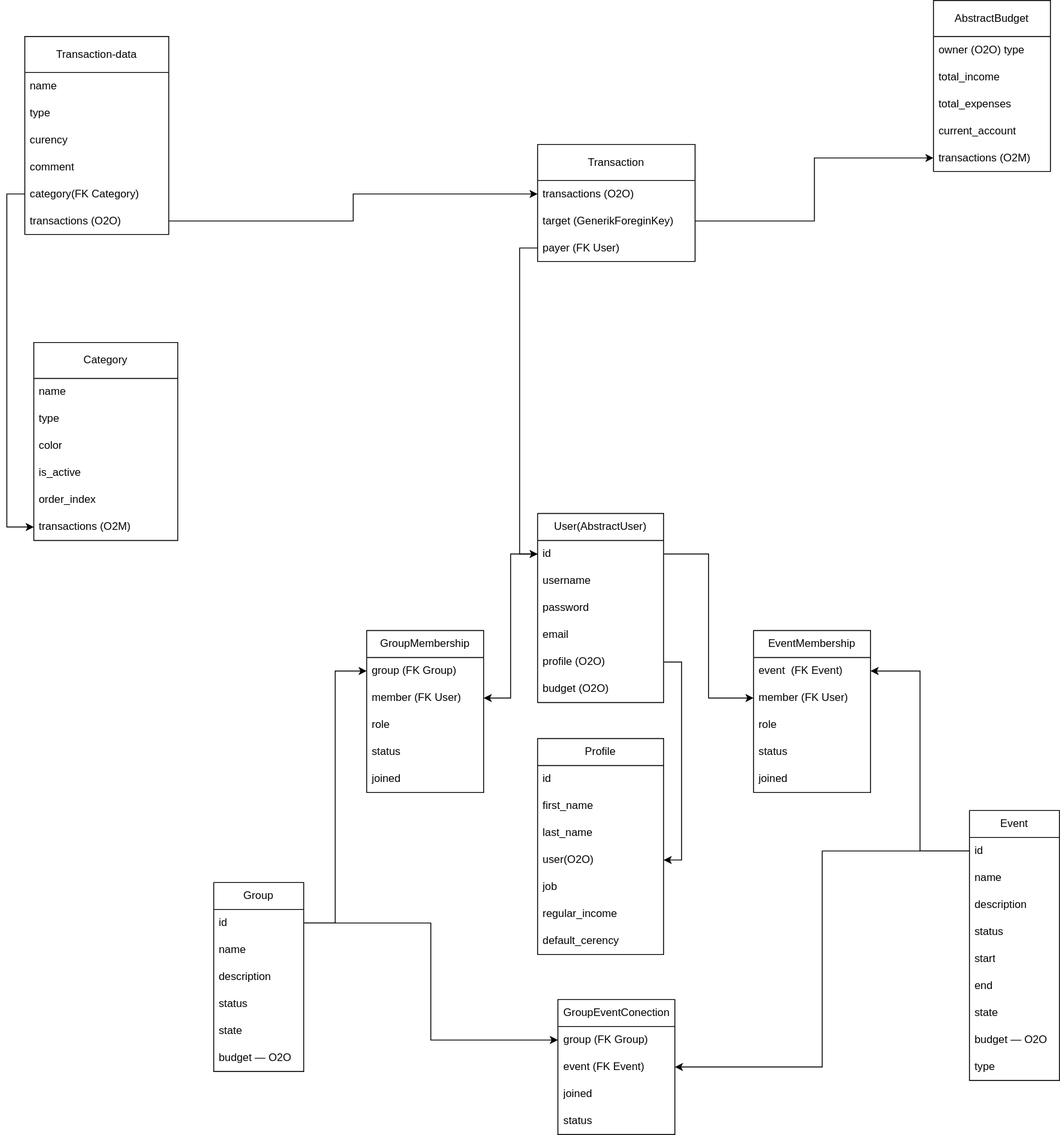
This is addition_info/core_structure.svg from Vorongor/financial_tracker, a draw.io export, as it was before one commit. Source tidied: cells renumbered, new cells last; positions are measured from the earlier drawing's top-left corner, leaving out a move shared by most shapes.
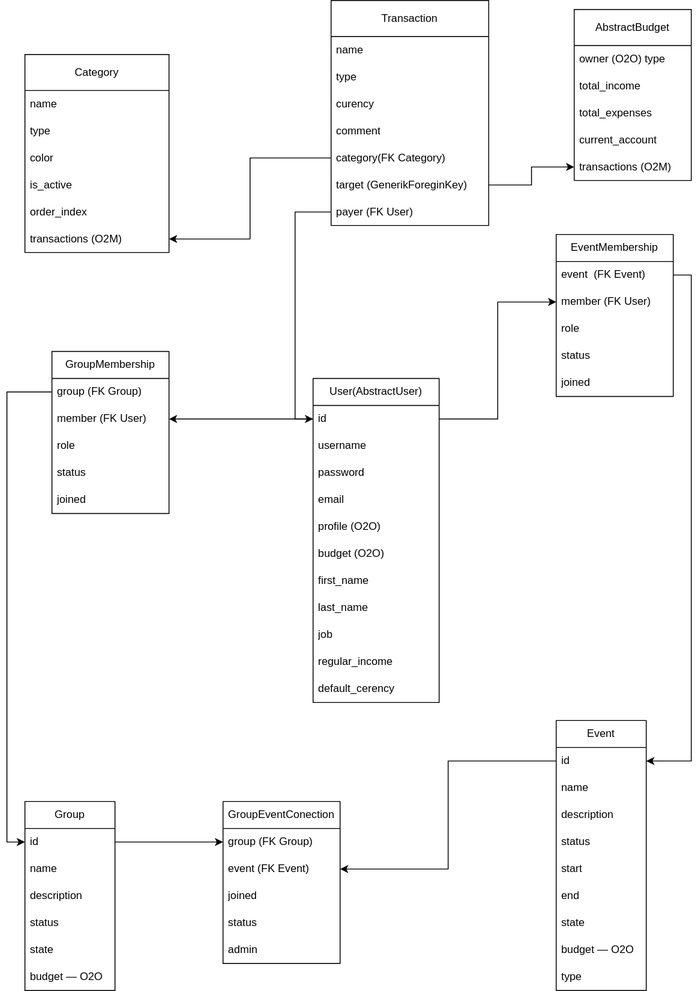
Above is the later version.

Change to the diagram source:
```diff
@@ -3,7 +3,7 @@
     <mxCell id="0" />
     <mxCell id="1" parent="0" />
     <mxCell id="2" value="User(AbstractUser)" style="swimlane;fontStyle=0;horizontal=1;startSize=30;whiteSpace=wrap;html=1;" parent="1" vertex="1">
-      <mxGeometry x="570" y="570" width="140" height="210" as="geometry" />
+      <mxGeometry x="540" y="750" width="140" height="360" as="geometry" />
     </mxCell>
     <mxCell id="3" value="id" style="text;strokeColor=none;fillColor=none;align=left;verticalAlign=middle;spacingLeft=4;spacingRight=4;overflow=hidden;points=[[0,0.5],[1,0.5]];portConstraint=eastwest;whiteSpace=wrap;html=1;" parent="2" vertex="1">
       <mxGeometry y="30" width="140" height="30" as="geometry" />
@@ -23,8 +23,23 @@
     <mxCell id="8" value="budget (O2O)" style="text;strokeColor=none;fillColor=none;align=left;verticalAlign=middle;spacingLeft=4;spacingRight=4;overflow=hidden;whiteSpace=wrap;html=1;" parent="2" vertex="1">
       <mxGeometry y="180" width="140" height="30" as="geometry" />
     </mxCell>
+    <mxCell id="44" value="first_name" style="text;strokeColor=none;fillColor=none;align=left;verticalAlign=middle;spacingLeft=4;spacingRight=4;overflow=hidden;whiteSpace=wrap;html=1;" parent="2" vertex="1">
+      <mxGeometry y="210" width="140" height="30" as="geometry" />
+    </mxCell>
+    <mxCell id="45" value="last_name" style="text;strokeColor=none;fillColor=none;align=left;verticalAlign=middle;spacingLeft=4;spacingRight=4;overflow=hidden;whiteSpace=wrap;html=1;" parent="2" vertex="1">
+      <mxGeometry y="240" width="140" height="30" as="geometry" />
+    </mxCell>
+    <mxCell id="47" value="job" style="text;strokeColor=none;fillColor=none;align=left;verticalAlign=middle;spacingLeft=4;spacingRight=4;overflow=hidden;whiteSpace=wrap;html=1;" parent="2" vertex="1">
+      <mxGeometry y="270" width="140" height="30" as="geometry" />
+    </mxCell>
+    <mxCell id="48" value="regular_income" style="text;strokeColor=none;fillColor=none;align=left;verticalAlign=middle;spacingLeft=4;spacingRight=4;overflow=hidden;whiteSpace=wrap;html=1;" parent="2" vertex="1">
+      <mxGeometry y="300" width="140" height="30" as="geometry" />
+    </mxCell>
+    <mxCell id="49" value="default_cerency" style="text;strokeColor=none;fillColor=none;align=left;verticalAlign=middle;spacingLeft=4;spacingRight=4;overflow=hidden;whiteSpace=wrap;html=1;" parent="2" vertex="1">
+      <mxGeometry y="330" width="140" height="30" as="geometry" />
+    </mxCell>
     <mxCell id="9" value="Group" style="swimlane;fontStyle=0;horizontal=1;startSize=30;whiteSpace=wrap;html=1;" parent="1" vertex="1">
-      <mxGeometry x="210" y="980" width="100" height="210" as="geometry" />
+      <mxGeometry x="220" y="1220" width="100" height="210" as="geometry" />
     </mxCell>
     <mxCell id="10" value="id" style="text;strokeColor=none;fillColor=none;align=left;verticalAlign=middle;spacingLeft=4;spacingRight=4;overflow=hidden;points=[[0,0.5],[1,0.5]];portConstraint=eastwest;whiteSpace=wrap;html=1;" parent="9" vertex="1">
       <mxGeometry y="30" width="100" height="30" as="geometry" />
@@ -45,7 +60,7 @@
       <mxGeometry y="180" width="100" height="30" as="geometry" />
     </mxCell>
     <mxCell id="16" value="GroupMembership" style="swimlane;fontStyle=0;horizontal=1;startSize=30;whiteSpace=wrap;html=1;" parent="1" vertex="1">
-      <mxGeometry x="380" y="700" width="130" height="180" as="geometry" />
+      <mxGeometry x="250" y="720" width="130" height="180" as="geometry" />
     </mxCell>
     <mxCell id="17" value="group (FK Group)" style="text;strokeColor=none;fillColor=none;align=left;verticalAlign=middle;spacingLeft=4;spacingRight=4;overflow=hidden;points=[[0,0.5],[1,0.5]];portConstraint=eastwest;whiteSpace=wrap;html=1;" parent="16" vertex="1">
       <mxGeometry y="30" width="130" height="30" as="geometry" />
@@ -62,11 +77,8 @@
     <mxCell id="21" value="joined" style="text;strokeColor=none;fillColor=none;align=left;verticalAlign=middle;spacingLeft=4;spacingRight=4;overflow=hidden;whiteSpace=wrap;html=1;" parent="16" vertex="1">
       <mxGeometry y="150" width="130" height="30" as="geometry" />
     </mxCell>
-    <mxCell id="22" style="edgeStyle=orthogonalEdgeStyle;rounded=0;jettySize=auto;html=1;exitX=1;exitY=0.5;exitDx=0;exitDy=0;entryX=0;entryY=0.5;entryDx=0;entryDy=0;" parent="1" edge="1" source="10" target="17">
-      <mxGeometry relative="1" as="geometry" />
-    </mxCell>
     <mxCell id="23" value="EventMembership" style="swimlane;fontStyle=0;horizontal=1;startSize=30;whiteSpace=wrap;html=1;" parent="1" vertex="1">
-      <mxGeometry x="810" y="700" width="130" height="180" as="geometry" />
+      <mxGeometry x="810" y="590" width="130" height="180" as="geometry" />
     </mxCell>
     <mxCell id="24" value="event&amp;nbsp; (FK Event)" style="text;strokeColor=none;fillColor=none;align=left;verticalAlign=middle;spacingLeft=4;spacingRight=4;overflow=hidden;points=[[0,0.5],[1,0.5]];portConstraint=eastwest;whiteSpace=wrap;html=1;" parent="23" vertex="1">
       <mxGeometry y="30" width="130" height="30" as="geometry" />
@@ -90,7 +102,7 @@
       <mxGeometry relative="1" as="geometry" />
     </mxCell>
     <mxCell id="31" value="Event" style="swimlane;fontStyle=0;horizontal=1;startSize=30;whiteSpace=wrap;html=1;" parent="1" vertex="1">
-      <mxGeometry x="1050" y="900" width="100" height="300" as="geometry" />
+      <mxGeometry x="810" y="1130" width="100" height="300" as="geometry" />
     </mxCell>
     <mxCell id="32" value="id" style="text;strokeColor=none;fillColor=none;align=left;verticalAlign=middle;spacingLeft=4;spacingRight=4;overflow=hidden;points=[[0,0.5],[1,0.5]];portConstraint=eastwest;whiteSpace=wrap;html=1;" parent="31" vertex="1">
       <mxGeometry y="30" width="100" height="30" as="geometry" />
@@ -119,38 +131,8 @@
     <mxCell id="40" value="type" style="text;strokeColor=none;fillColor=none;align=left;verticalAlign=middle;spacingLeft=4;spacingRight=4;overflow=hidden;whiteSpace=wrap;html=1;" parent="31" vertex="1">
       <mxGeometry y="270" width="100" height="30" as="geometry" />
     </mxCell>
-    <mxCell id="41" style="edgeStyle=orthogonalEdgeStyle;rounded=0;jettySize=auto;html=1;exitX=0;exitY=0.5;exitDx=0;exitDy=0;entryX=1;entryY=0.5;entryDx=0;entryDy=0;" parent="1" edge="1" source="32" target="24">
-      <mxGeometry relative="1" as="geometry" />
-    </mxCell>
-    <mxCell id="42" value="Profile" style="swimlane;fontStyle=0;horizontal=1;startSize=30;whiteSpace=wrap;html=1;" parent="1" vertex="1">
-      <mxGeometry x="570" y="820" width="140" height="240" as="geometry" />
-    </mxCell>
-    <mxCell id="43" value="id" style="text;strokeColor=none;fillColor=none;align=left;verticalAlign=middle;spacingLeft=4;spacingRight=4;overflow=hidden;whiteSpace=wrap;html=1;" parent="42" vertex="1">
-      <mxGeometry y="30" width="140" height="30" as="geometry" />
-    </mxCell>
-    <mxCell id="44" value="first_name" style="text;strokeColor=none;fillColor=none;align=left;verticalAlign=middle;spacingLeft=4;spacingRight=4;overflow=hidden;whiteSpace=wrap;html=1;" parent="42" vertex="1">
-      <mxGeometry y="60" width="140" height="30" as="geometry" />
-    </mxCell>
-    <mxCell id="45" value="last_name" style="text;strokeColor=none;fillColor=none;align=left;verticalAlign=middle;spacingLeft=4;spacingRight=4;overflow=hidden;whiteSpace=wrap;html=1;" parent="42" vertex="1">
-      <mxGeometry y="90" width="140" height="30" as="geometry" />
-    </mxCell>
-    <mxCell id="46" value="user(O2O)" style="text;strokeColor=none;fillColor=none;align=left;verticalAlign=middle;spacingLeft=4;spacingRight=4;overflow=hidden;points=[[0,0.5],[1,0.5]];portConstraint=eastwest;whiteSpace=wrap;html=1;" parent="42" vertex="1">
-      <mxGeometry y="120" width="140" height="30" as="geometry" />
-    </mxCell>
-    <mxCell id="47" value="job" style="text;strokeColor=none;fillColor=none;align=left;verticalAlign=middle;spacingLeft=4;spacingRight=4;overflow=hidden;whiteSpace=wrap;html=1;" parent="42" vertex="1">
-      <mxGeometry y="150" width="140" height="30" as="geometry" />
-    </mxCell>
-    <mxCell id="48" value="regular_income" style="text;strokeColor=none;fillColor=none;align=left;verticalAlign=middle;spacingLeft=4;spacingRight=4;overflow=hidden;whiteSpace=wrap;html=1;" parent="42" vertex="1">
-      <mxGeometry y="180" width="140" height="30" as="geometry" />
-    </mxCell>
-    <mxCell id="49" value="default_cerency" style="text;strokeColor=none;fillColor=none;align=left;verticalAlign=middle;spacingLeft=4;spacingRight=4;overflow=hidden;whiteSpace=wrap;html=1;" parent="42" vertex="1">
-      <mxGeometry y="210" width="140" height="30" as="geometry" />
-    </mxCell>
-    <mxCell id="50" style="edgeStyle=orthogonalEdgeStyle;rounded=0;jettySize=auto;html=1;exitX=1;exitY=0.5;exitDx=0;exitDy=0;entryX=1;entryY=0.5;entryDx=0;entryDy=0;" parent="1" edge="1" source="7" target="46">
-      <mxGeometry relative="1" as="geometry" />
-    </mxCell>
     <mxCell id="51" value="GroupEventConection" style="swimlane;fontStyle=0;horizontal=1;startSize=30;whiteSpace=wrap;html=1;" parent="1" vertex="1">
-      <mxGeometry x="592.5" y="1110" width="130" height="150" as="geometry" />
+      <mxGeometry x="440" y="1220" width="130" height="180" as="geometry" />
     </mxCell>
     <mxCell id="52" value="group (FK Group)" style="text;strokeColor=none;fillColor=none;align=left;verticalAlign=middle;spacingLeft=4;spacingRight=4;overflow=hidden;points=[[0,0.5],[1,0.5]];portConstraint=eastwest;whiteSpace=wrap;html=1;" parent="51" vertex="1">
       <mxGeometry y="30" width="130" height="30" as="geometry" />
@@ -164,6 +146,9 @@
     <mxCell id="55" value="status" style="text;strokeColor=none;fillColor=none;align=left;verticalAlign=middle;spacingLeft=4;spacingRight=4;overflow=hidden;whiteSpace=wrap;html=1;" parent="51" vertex="1">
       <mxGeometry y="120" width="130" height="30" as="geometry" />
     </mxCell>
+    <mxCell id="86" value="admin" style="text;strokeColor=none;fillColor=none;align=left;verticalAlign=middle;spacingLeft=4;spacingRight=4;overflow=hidden;whiteSpace=wrap;html=1;" parent="51" vertex="1">
+      <mxGeometry y="150" width="130" height="30" as="geometry" />
+    </mxCell>
     <mxCell id="56" style="edgeStyle=orthogonalEdgeStyle;rounded=0;jettySize=auto;html=1;exitX=0;exitY=0.5;exitDx=0;exitDy=0;entryX=1;entryY=0.5;entryDx=0;entryDy=0;" parent="1" edge="1" source="32" target="53">
       <mxGeometry relative="1" as="geometry" />
     </mxCell>
@@ -171,7 +156,7 @@
       <mxGeometry relative="1" as="geometry" />
     </mxCell>
     <mxCell id="58" value="AbstractBudget" style="swimlane;fontStyle=0;horizontal=1;startSize=40;whiteSpace=wrap;html=1;" parent="1" vertex="1">
-      <mxGeometry x="1010" width="130" height="190" as="geometry" />
+      <mxGeometry x="830" y="340" width="130" height="190" as="geometry" />
     </mxCell>
     <mxCell id="59" value="owner (O2O) type" style="text;strokeColor=none;fillColor=none;align=left;verticalAlign=middle;spacingLeft=4;spacingRight=4;overflow=hidden;whiteSpace=wrap;html=1;" parent="58" vertex="1">
       <mxGeometry y="40" width="130" height="30" as="geometry" />
@@ -188,29 +173,8 @@
     <mxCell id="63" value="transactions (O2M)" style="text;strokeColor=none;fillColor=none;align=left;verticalAlign=middle;spacingLeft=4;spacingRight=4;overflow=hidden;points=[[0,0.5],[1,0.5]];portConstraint=eastwest;whiteSpace=wrap;html=1;" parent="58" vertex="1">
       <mxGeometry y="160" width="130" height="30" as="geometry" />
     </mxCell>
-    <mxCell id="64" value="Transaction-data" style="swimlane;fontStyle=0;horizontal=1;startSize=40;whiteSpace=wrap;html=1;" parent="1" vertex="1">
-      <mxGeometry y="40" width="160" height="220" as="geometry" />
-    </mxCell>
-    <mxCell id="65" value="name" style="text;strokeColor=none;fillColor=none;align=left;verticalAlign=middle;spacingLeft=4;spacingRight=4;overflow=hidden;whiteSpace=wrap;html=1;" parent="64" vertex="1">
-      <mxGeometry y="40" width="160" height="30" as="geometry" />
-    </mxCell>
-    <mxCell id="66" value="type" style="text;strokeColor=none;fillColor=none;align=left;verticalAlign=middle;spacingLeft=4;spacingRight=4;overflow=hidden;whiteSpace=wrap;html=1;" parent="64" vertex="1">
-      <mxGeometry y="70" width="160" height="30" as="geometry" />
-    </mxCell>
-    <mxCell id="67" value="curency" style="text;strokeColor=none;fillColor=none;align=left;verticalAlign=middle;spacingLeft=4;spacingRight=4;overflow=hidden;whiteSpace=wrap;html=1;" parent="64" vertex="1">
-      <mxGeometry y="100" width="160" height="30" as="geometry" />
-    </mxCell>
-    <mxCell id="68" value="comment" style="text;strokeColor=none;fillColor=none;align=left;verticalAlign=middle;spacingLeft=4;spacingRight=4;overflow=hidden;whiteSpace=wrap;html=1;" parent="64" vertex="1">
-      <mxGeometry y="130" width="160" height="30" as="geometry" />
-    </mxCell>
-    <mxCell id="69" value="category(FK Category)" style="text;strokeColor=none;fillColor=none;align=left;verticalAlign=middle;spacingLeft=4;spacingRight=4;overflow=hidden;points=[[0,0.5],[1,0.5]];portConstraint=eastwest;whiteSpace=wrap;html=1;" parent="64" vertex="1">
-      <mxGeometry y="160" width="160" height="30" as="geometry" />
-    </mxCell>
-    <mxCell id="70" value="transactions (O2O)" style="text;strokeColor=none;fillColor=none;align=left;verticalAlign=middle;spacingLeft=4;spacingRight=4;overflow=hidden;points=[[0,0.5],[1,0.5]];portConstraint=eastwest;whiteSpace=wrap;html=1;" parent="64" vertex="1">
-      <mxGeometry y="190" width="160" height="30" as="geometry" />
-    </mxCell>
     <mxCell id="71" value="Category" style="swimlane;fontStyle=0;horizontal=1;startSize=40;whiteSpace=wrap;html=1;" parent="1" vertex="1">
-      <mxGeometry x="10" y="380" width="160" height="220" as="geometry" />
+      <mxGeometry x="220" y="390" width="160" height="220" as="geometry" />
     </mxCell>
     <mxCell id="72" value="name" style="text;strokeColor=none;fillColor=none;align=left;verticalAlign=middle;spacingLeft=4;spacingRight=4;overflow=hidden;whiteSpace=wrap;html=1;" parent="71" vertex="1">
       <mxGeometry y="40" width="160" height="30" as="geometry" />
@@ -230,29 +194,44 @@
     <mxCell id="77" value="transactions (O2M)" style="text;strokeColor=none;fillColor=none;align=left;verticalAlign=middle;spacingLeft=4;spacingRight=4;overflow=hidden;points=[[0,0.5],[1,0.5]];portConstraint=eastwest;whiteSpace=wrap;html=1;" parent="71" vertex="1">
       <mxGeometry y="190" width="160" height="30" as="geometry" />
     </mxCell>
-    <mxCell id="78" style="edgeStyle=orthogonalEdgeStyle;rounded=0;jettySize=auto;html=1;exitX=0;exitY=0.5;exitDx=0;exitDy=0;entryX=0;entryY=0.5;entryDx=0;entryDy=0;" parent="1" edge="1" source="69" target="77">
+    <mxCell id="78" style="edgeStyle=orthogonalEdgeStyle;rounded=0;jettySize=auto;html=1;exitX=0;exitY=0.5;exitDx=0;exitDy=0;entryX=1;entryY=0.5;entryDx=0;entryDy=0;" parent="1" edge="1" source="69" target="77">
       <mxGeometry relative="1" as="geometry" />
     </mxCell>
     <mxCell id="79" value="Transaction" style="swimlane;fontStyle=0;horizontal=1;startSize=40;whiteSpace=wrap;html=1;" parent="1" vertex="1">
-      <mxGeometry x="570" y="160" width="175" height="130" as="geometry" />
+      <mxGeometry x="560" y="330" width="175" height="250" as="geometry" />
     </mxCell>
-    <mxCell id="80" value="transactions (O2O)" style="text;strokeColor=none;fillColor=none;align=left;verticalAlign=middle;spacingLeft=4;spacingRight=4;overflow=hidden;points=[[0,0.5],[1,0.5]];portConstraint=eastwest;whiteSpace=wrap;html=1;" parent="79" vertex="1">
-      <mxGeometry y="40" width="175" height="30" as="geometry" />
-    </mxCell>
+    <mxCell id="65" value="name" style="text;strokeColor=none;fillColor=none;align=left;verticalAlign=middle;spacingLeft=4;spacingRight=4;overflow=hidden;whiteSpace=wrap;html=1;" parent="79" vertex="1">
+      <mxGeometry y="40" width="175" height="30" as="geometry" />
+    </mxCell>
+    <mxCell id="66" value="type" style="text;strokeColor=none;fillColor=none;align=left;verticalAlign=middle;spacingLeft=4;spacingRight=4;overflow=hidden;whiteSpace=wrap;html=1;" parent="79" vertex="1">
+      <mxGeometry y="70" width="175" height="30" as="geometry" />
+    </mxCell>
+    <mxCell id="67" value="curency" style="text;strokeColor=none;fillColor=none;align=left;verticalAlign=middle;spacingLeft=4;spacingRight=4;overflow=hidden;whiteSpace=wrap;html=1;" parent="79" vertex="1">
+      <mxGeometry y="100" width="175" height="30" as="geometry" />
+    </mxCell>
+    <mxCell id="68" value="comment" style="text;strokeColor=none;fillColor=none;align=left;verticalAlign=middle;spacingLeft=4;spacingRight=4;overflow=hidden;whiteSpace=wrap;html=1;" parent="79" vertex="1">
+      <mxGeometry y="130" width="175" height="30" as="geometry" />
+    </mxCell>
+    <mxCell id="69" value="category(FK Category)" style="text;strokeColor=none;fillColor=none;align=left;verticalAlign=middle;spacingLeft=4;spacingRight=4;overflow=hidden;points=[[0,0.5],[1,0.5]];portConstraint=eastwest;whiteSpace=wrap;html=1;" parent="79" vertex="1">
+      <mxGeometry y="160" width="175" height="30" as="geometry" />
+    </mxCell>
     <mxCell id="81" value="target (GenerikForeginKey)" style="text;strokeColor=none;fillColor=none;align=left;verticalAlign=middle;spacingLeft=4;spacingRight=4;overflow=hidden;points=[[0,0.5],[1,0.5]];portConstraint=eastwest;whiteSpace=wrap;html=1;" parent="79" vertex="1">
-      <mxGeometry y="70" width="175" height="30" as="geometry" />
+      <mxGeometry y="190" width="175" height="30" as="geometry" />
     </mxCell>
     <mxCell id="82" value="payer (FK User)" style="text;strokeColor=none;fillColor=none;align=left;verticalAlign=middle;spacingLeft=4;spacingRight=4;overflow=hidden;points=[[0,0.5],[1,0.5]];portConstraint=eastwest;whiteSpace=wrap;html=1;" parent="79" vertex="1">
-      <mxGeometry y="100" width="175" height="30" as="geometry" />
+      <mxGeometry y="220" width="175" height="30" as="geometry" />
     </mxCell>
-    <mxCell id="83" style="edgeStyle=orthogonalEdgeStyle;rounded=0;jettySize=auto;html=1;exitX=1;exitY=0.5;exitDx=0;exitDy=0;entryX=0;entryY=0.5;entryDx=0;entryDy=0;" parent="1" edge="1" source="70" target="80">
-      <mxGeometry relative="1" as="geometry" />
-    </mxCell>
     <mxCell id="84" style="edgeStyle=orthogonalEdgeStyle;rounded=0;jettySize=auto;html=1;exitX=0;exitY=0.5;exitDx=0;exitDy=0;entryX=0;entryY=0.5;entryDx=0;entryDy=0;" parent="1" edge="1" source="82" target="3">
       <mxGeometry relative="1" as="geometry" />
     </mxCell>
     <mxCell id="85" style="edgeStyle=orthogonalEdgeStyle;rounded=0;jettySize=auto;html=1;exitX=1;exitY=0.5;exitDx=0;exitDy=0;entryX=0;entryY=0.5;entryDx=0;entryDy=0;" parent="1" edge="1" source="81" target="63">
       <mxGeometry relative="1" as="geometry" />
     </mxCell>
+    <mxCell id="87" style="edgeStyle=orthogonalEdgeStyle;rounded=0;jettySize=auto;html=1;exitX=0;exitY=0.5;exitDx=0;exitDy=0;entryX=0;entryY=0.5;entryDx=0;entryDy=0;" parent="1" edge="1" source="17" target="10">
+      <mxGeometry relative="1" as="geometry" />
+    </mxCell>
+    <mxCell id="88" style="edgeStyle=orthogonalEdgeStyle;rounded=0;jettySize=auto;html=1;exitX=1;exitY=0.5;exitDx=0;exitDy=0;entryX=1;entryY=0.5;entryDx=0;entryDy=0;" parent="1" edge="1" source="24" target="32">
+      <mxGeometry relative="1" as="geometry" />
+    </mxCell>
   </root>
 </mxGraphModel>
```
